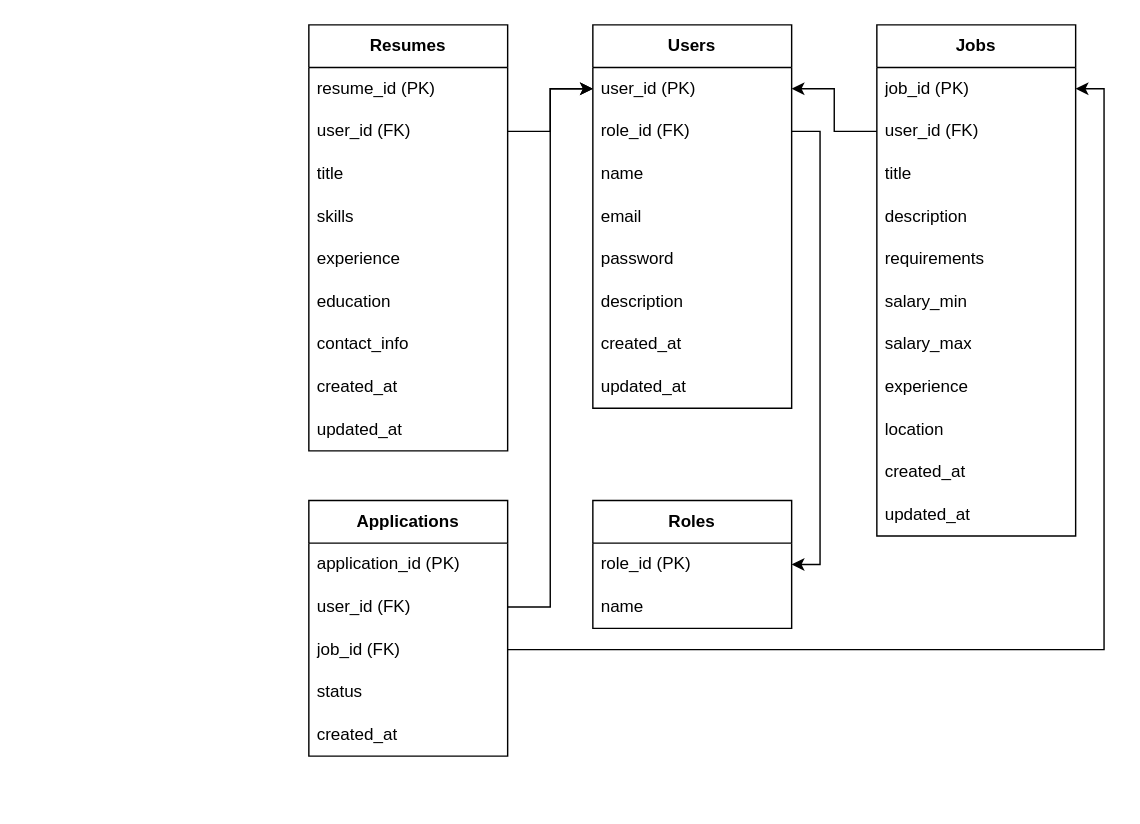
stefphf/ITMO-ACS-Backend-2025 keeps this draw.io diagram as БР1.1/Ребров Сергей/homeworks/hw1/diagram.drawio. Above is the earlier version. Source tidied: cells renumbered, new cells numbered last; positions are measured from the earlier drawing's top-left corner, leaving out a move shared by most shapes. Both pictures are drawn from the tidied source at 142%, with x=0, y=0 at pixel (308, 24).
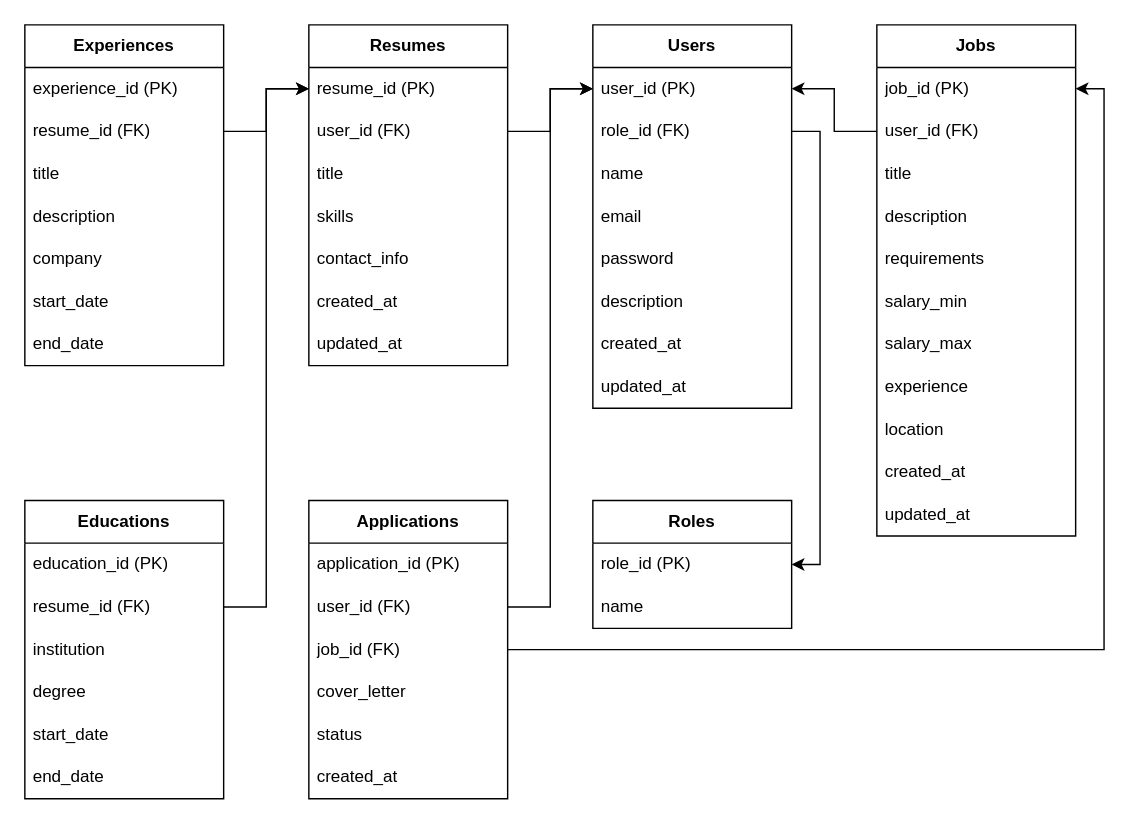
The same diagram, later.

Commit message (it also covers changes not shown here):
feat: добавлены таблицы experiences и educations

Unchanged cells that the change refers to:
```xml
<mxCell id="15" value="resume_id (PK)" style="text;strokeColor=none;fillColor=none;align=left;verticalAlign=middle;spacingLeft=4;spacingRight=4;overflow=hidden;points=[[0,0.5],[1,0.5]];portConstraint=eastwest;whiteSpace=wrap;html=1;" parent="14" vertex="1">
  <mxGeometry y="30" width="140" height="30" as="geometry" />
</mxCell>
```

Diff of the diagram source:
```diff
@@
     <mxCell id="14" value="&lt;b&gt;Resumes&lt;/b&gt;" style="swimlane;fontStyle=0;horizontal=1;startSize=30;whiteSpace=wrap;html=1;" parent="1" vertex="1">
-      <mxGeometry width="140" height="300" as="geometry" />
+      <mxGeometry width="140" height="240" as="geometry" />
     </mxCell>
@@
-    <mxCell id="19" value="experience" style="text;strokeColor=none;fillColor=none;align=left;verticalAlign=middle;spacingLeft=4;spacingRight=4;overflow=hidden;whiteSpace=wrap;html=1;" parent="14" vertex="1">
-      <mxGeometry y="150" width="140" height="30" as="geometry" />
-    </mxCell>
-    <mxCell id="20" value="education" style="text;strokeColor=none;fillColor=none;align=left;verticalAlign=middle;spacingLeft=4;spacingRight=4;overflow=hidden;whiteSpace=wrap;html=1;" parent="14" vertex="1">
-      <mxGeometry y="180" width="140" height="30" as="geometry" />
-    </mxCell>
     <mxCell id="21" value="contact_info" style="text;strokeColor=none;fillColor=none;align=left;verticalAlign=middle;spacingLeft=4;spacingRight=4;overflow=hidden;whiteSpace=wrap;html=1;" parent="14" vertex="1">
-      <mxGeometry y="210" width="140" height="30" as="geometry" />
+      <mxGeometry y="150" width="140" height="30" as="geometry" />
     </mxCell>
     <mxCell id="22" value="created_at" style="text;strokeColor=none;fillColor=none;align=left;verticalAlign=middle;spacingLeft=4;spacingRight=4;overflow=hidden;whiteSpace=wrap;html=1;" parent="14" vertex="1">
-      <mxGeometry y="240" width="140" height="30" as="geometry" />
+      <mxGeometry y="180" width="140" height="30" as="geometry" />
     </mxCell>
     <mxCell id="23" value="updated_at" style="text;strokeColor=none;fillColor=none;align=left;verticalAlign=middle;spacingLeft=4;spacingRight=4;overflow=hidden;whiteSpace=wrap;html=1;" parent="14" vertex="1">
-      <mxGeometry y="270" width="140" height="30" as="geometry" />
+      <mxGeometry y="210" width="140" height="30" as="geometry" />
     </mxCell>
@@
     <mxCell id="39" value="&lt;strong&gt;Applications&lt;/strong&gt;" style="swimlane;fontStyle=0;horizontal=1;startSize=30;whiteSpace=wrap;html=1;" parent="1" vertex="1">
-      <mxGeometry y="335" width="140" height="180" as="geometry" />
+      <mxGeometry y="335" width="140" height="210" as="geometry" />
     </mxCell>
@@
+    <mxCell id="47" value="cover_letter" style="text;strokeColor=none;fillColor=none;align=left;verticalAlign=middle;spacingLeft=4;spacingRight=4;overflow=hidden;whiteSpace=wrap;html=1;" parent="39" vertex="1">
+      <mxGeometry y="120" width="140" height="30" as="geometry" />
+    </mxCell>
     <mxCell id="43" value="status" style="text;strokeColor=none;fillColor=none;align=left;verticalAlign=middle;spacingLeft=4;spacingRight=4;overflow=hidden;whiteSpace=wrap;html=1;" parent="39" vertex="1">
-      <mxGeometry y="120" width="140" height="30" as="geometry" />
+      <mxGeometry y="150" width="140" height="30" as="geometry" />
     </mxCell>
     <mxCell id="44" value="created_at" style="text;strokeColor=none;fillColor=none;align=left;verticalAlign=middle;spacingLeft=4;spacingRight=4;overflow=hidden;whiteSpace=wrap;html=1;" parent="39" vertex="1">
-      <mxGeometry y="150" width="140" height="30" as="geometry" />
+      <mxGeometry y="180" width="140" height="30" as="geometry" />
     </mxCell>
@@
+    <mxCell id="48" value="&lt;b&gt;Experiences&lt;/b&gt;" style="swimlane;fontStyle=0;horizontal=1;startSize=30;whiteSpace=wrap;html=1;" parent="1" vertex="1">
+      <mxGeometry x="-200" width="140" height="240" as="geometry" />
+    </mxCell>
+    <mxCell id="49" value="experience_id (PK)" style="text;strokeColor=none;fillColor=none;align=left;verticalAlign=middle;spacingLeft=4;spacingRight=4;overflow=hidden;whiteSpace=wrap;html=1;" parent="48" vertex="1">
+      <mxGeometry y="30" width="140" height="30" as="geometry" />
+    </mxCell>
+    <mxCell id="50" value="resume_id (FK)" style="text;strokeColor=none;fillColor=none;align=left;verticalAlign=middle;spacingLeft=4;spacingRight=4;overflow=hidden;points=[[0,0.5],[1,0.5]];portConstraint=eastwest;whiteSpace=wrap;html=1;" parent="48" vertex="1">
+      <mxGeometry y="60" width="140" height="30" as="geometry" />
+    </mxCell>
+    <mxCell id="51" value="title" style="text;strokeColor=none;fillColor=none;align=left;verticalAlign=middle;spacingLeft=4;spacingRight=4;overflow=hidden;whiteSpace=wrap;html=1;" parent="48" vertex="1">
+      <mxGeometry y="90" width="140" height="30" as="geometry" />
+    </mxCell>
+    <mxCell id="52" value="description" style="text;strokeColor=none;fillColor=none;align=left;verticalAlign=middle;spacingLeft=4;spacingRight=4;overflow=hidden;whiteSpace=wrap;html=1;" parent="48" vertex="1">
+      <mxGeometry y="120" width="140" height="30" as="geometry" />
+    </mxCell>
+    <mxCell id="53" value="company" style="text;strokeColor=none;fillColor=none;align=left;verticalAlign=middle;spacingLeft=4;spacingRight=4;overflow=hidden;whiteSpace=wrap;html=1;" parent="48" vertex="1">
+      <mxGeometry y="150" width="140" height="30" as="geometry" />
+    </mxCell>
+    <mxCell id="54" value="start_date" style="text;strokeColor=none;fillColor=none;align=left;verticalAlign=middle;spacingLeft=4;spacingRight=4;overflow=hidden;whiteSpace=wrap;html=1;" parent="48" vertex="1">
+      <mxGeometry y="180" width="140" height="30" as="geometry" />
+    </mxCell>
+    <mxCell id="55" value="end_date" style="text;strokeColor=none;fillColor=none;align=left;verticalAlign=middle;spacingLeft=4;spacingRight=4;overflow=hidden;whiteSpace=wrap;html=1;" parent="48" vertex="1">
+      <mxGeometry y="210" width="140" height="30" as="geometry" />
+    </mxCell>
+    <mxCell id="56" value="&lt;b&gt;Educations&lt;/b&gt;" style="swimlane;fontStyle=0;horizontal=1;startSize=30;whiteSpace=wrap;html=1;" parent="1" vertex="1">
+      <mxGeometry x="-200" y="335" width="140" height="210" as="geometry" />
+    </mxCell>
+    <mxCell id="57" value="education_id&amp;nbsp;(PK)" style="text;strokeColor=none;fillColor=none;align=left;verticalAlign=middle;spacingLeft=4;spacingRight=4;overflow=hidden;whiteSpace=wrap;html=1;" parent="56" vertex="1">
+      <mxGeometry y="30" width="140" height="30" as="geometry" />
+    </mxCell>
+    <mxCell id="58" value="resume_id (FK)" style="text;strokeColor=none;fillColor=none;align=left;verticalAlign=middle;spacingLeft=4;spacingRight=4;overflow=hidden;points=[[0,0.5],[1,0.5]];portConstraint=eastwest;whiteSpace=wrap;html=1;" parent="56" vertex="1">
+      <mxGeometry y="60" width="140" height="30" as="geometry" />
+    </mxCell>
+    <mxCell id="59" value="institution" style="text;strokeColor=none;fillColor=none;align=left;verticalAlign=middle;spacingLeft=4;spacingRight=4;overflow=hidden;whiteSpace=wrap;html=1;" parent="56" vertex="1">
+      <mxGeometry y="90" width="140" height="30" as="geometry" />
+    </mxCell>
+    <mxCell id="60" value="degree" style="text;strokeColor=none;fillColor=none;align=left;verticalAlign=middle;spacingLeft=4;spacingRight=4;overflow=hidden;whiteSpace=wrap;html=1;" parent="56" vertex="1">
+      <mxGeometry y="120" width="140" height="30" as="geometry" />
+    </mxCell>
+    <mxCell id="61" value="start_date" style="text;strokeColor=none;fillColor=none;align=left;verticalAlign=middle;spacingLeft=4;spacingRight=4;overflow=hidden;whiteSpace=wrap;html=1;" parent="56" vertex="1">
+      <mxGeometry y="150" width="140" height="30" as="geometry" />
+    </mxCell>
+    <mxCell id="62" value="end_date" style="text;strokeColor=none;fillColor=none;align=left;verticalAlign=middle;spacingLeft=4;spacingRight=4;overflow=hidden;whiteSpace=wrap;html=1;" parent="56" vertex="1">
+      <mxGeometry y="180" width="140" height="30" as="geometry" />
+    </mxCell>
+    <mxCell id="63" style="edgeStyle=orthogonalEdgeStyle;rounded=0;jettySize=auto;html=1;entryX=0;entryY=0.5;entryDx=0;entryDy=0;" parent="1" edge="1" source="50" target="15">
+      <mxGeometry relative="1" as="geometry" />
+    </mxCell>
+    <mxCell id="64" style="edgeStyle=orthogonalEdgeStyle;rounded=0;jettySize=auto;html=1;entryX=0;entryY=0.5;entryDx=0;entryDy=0;" parent="1" edge="1" source="58" target="15">
+      <mxGeometry relative="1" as="geometry" />
+    </mxCell>
```
